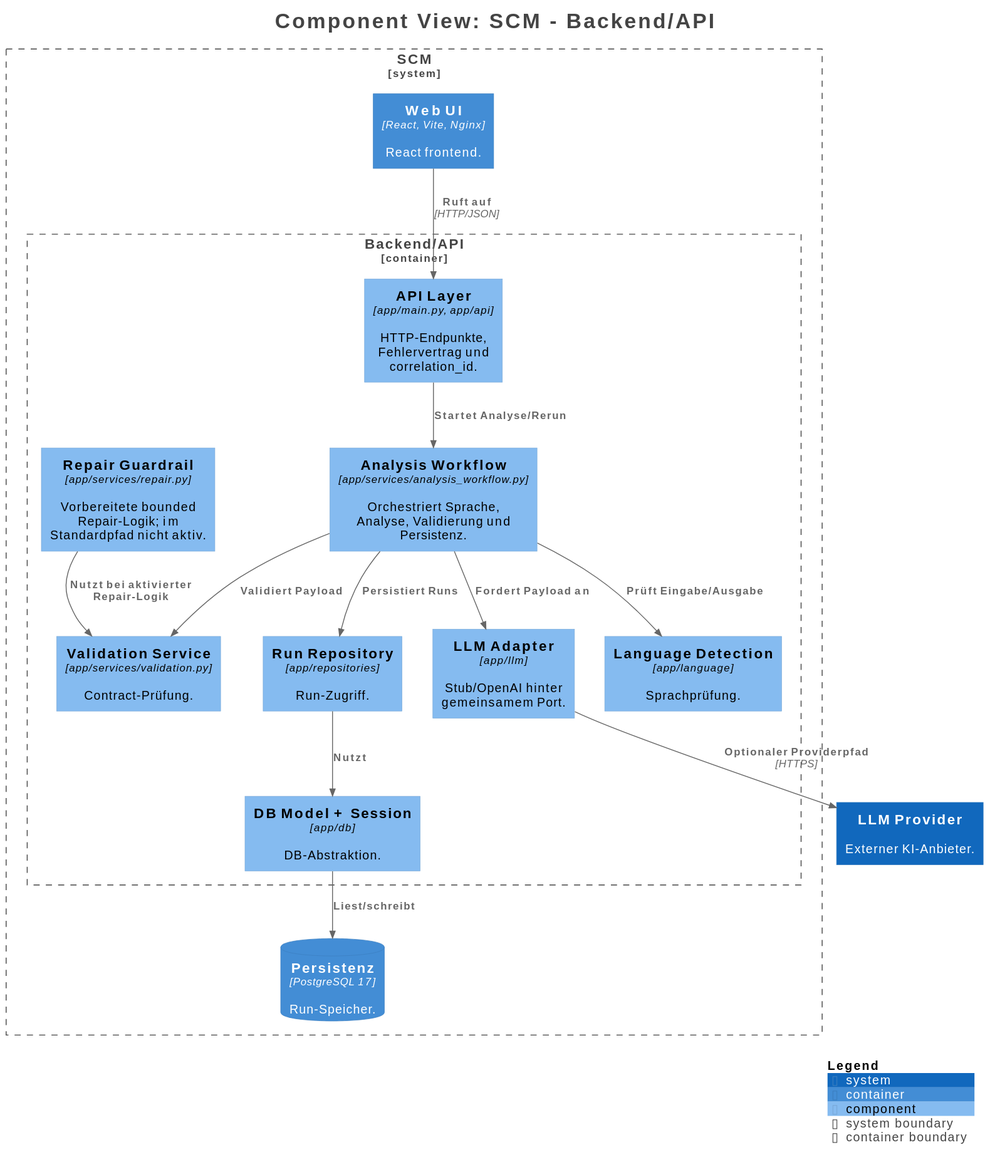
r0brt/scm-01 keeps this PlantUML diagram as docs/diagrams/rendered/c3-backend-components.svg. Above is the earlier version.
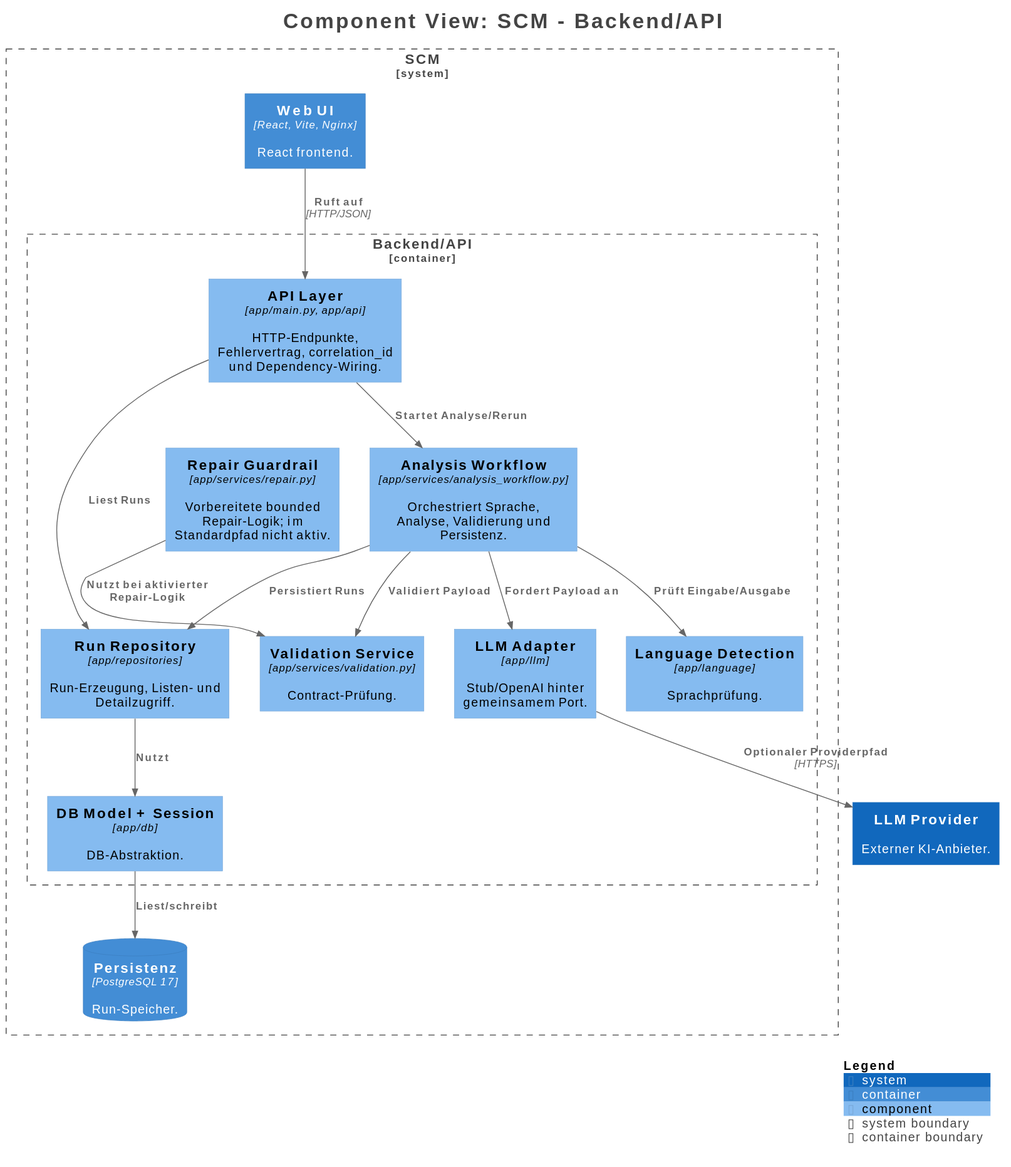
The same file after the commit.

What changed in the source:
```diff
@@ -20,10 +20,10 @@
 
 System_Boundary("SCM_boundary", "SCM", $tags="") {
   Container_Boundary("SCM.BackendAPI_boundary", "Backend/API", $tags="") {
-    Component(SCM.BackendAPI.RunRepository, "Run Repository", $techn="app/repositories", $descr="Run-Zugriff.", $tags="", $link="")
+    Component(SCM.BackendAPI.RunRepository, "Run Repository", $techn="app/repositories", $descr="Run-Erzeugung, Listen- und Detailzugriff.", $tags="", $link="")
     Component(SCM.BackendAPI.DBModelSession, "DB Model + Session", $techn="app/db", $descr="DB-Abstraktion.", $tags="", $link="")
     Component(SCM.BackendAPI.RepairGuardrail, "Repair Guardrail", $techn="app/services/repair.py", $descr="Vorbereitete bounded Repair-Logik; im Standardpfad nicht aktiv.", $tags="", $link="")
-    Component(SCM.BackendAPI.APILayer, "API Layer", $techn="app/main.py, app/api", $descr="HTTP-Endpunkte, Fehlervertrag und correlation_id.", $tags="", $link="")
+    Component(SCM.BackendAPI.APILayer, "API Layer", $techn="app/main.py, app/api", $descr="HTTP-Endpunkte, Fehlervertrag, correlation_id und Dependency-Wiring.", $tags="", $link="")
     Component(SCM.BackendAPI.AnalysisWorkflow, "Analysis Workflow", $techn="app/services/analysis_workflow.py", $descr="Orchestriert Sprache, Analyse, Validierung und Persistenz.", $tags="", $link="")
     Component(SCM.BackendAPI.LanguageDetection, "Language Detection", $techn="app/language", $descr="Sprachprüfung.", $tags="", $link="")
     Component(SCM.BackendAPI.ValidationService, "Validation Service", $techn="app/services/validation.py", $descr="Contract-Prüfung.", $tags="", $link="")
@@ -36,6 +36,7 @@
 
 Rel(SCM.WebUI, SCM.BackendAPI.APILayer, "Ruft auf", $techn="HTTP/JSON", $tags="", $link="")
 Rel(SCM.BackendAPI.APILayer, SCM.BackendAPI.AnalysisWorkflow, "Startet Analyse/Rerun", $techn="", $tags="", $link="")
+Rel(SCM.BackendAPI.APILayer, SCM.BackendAPI.RunRepository, "Liest Runs", $techn="", $tags="", $link="")
 Rel(SCM.BackendAPI.AnalysisWorkflow, SCM.BackendAPI.LanguageDetection, "Prüft Eingabe/Ausgabe", $techn="", $tags="", $link="")
 Rel(SCM.BackendAPI.AnalysisWorkflow, SCM.BackendAPI.LLMAdapter, "Fordert Payload an", $techn="", $tags="", $link="")
 Rel(SCM.BackendAPI.AnalysisWorkflow, SCM.BackendAPI.ValidationService, "Validiert Payload", $techn="", $tags="", $link="")
```
